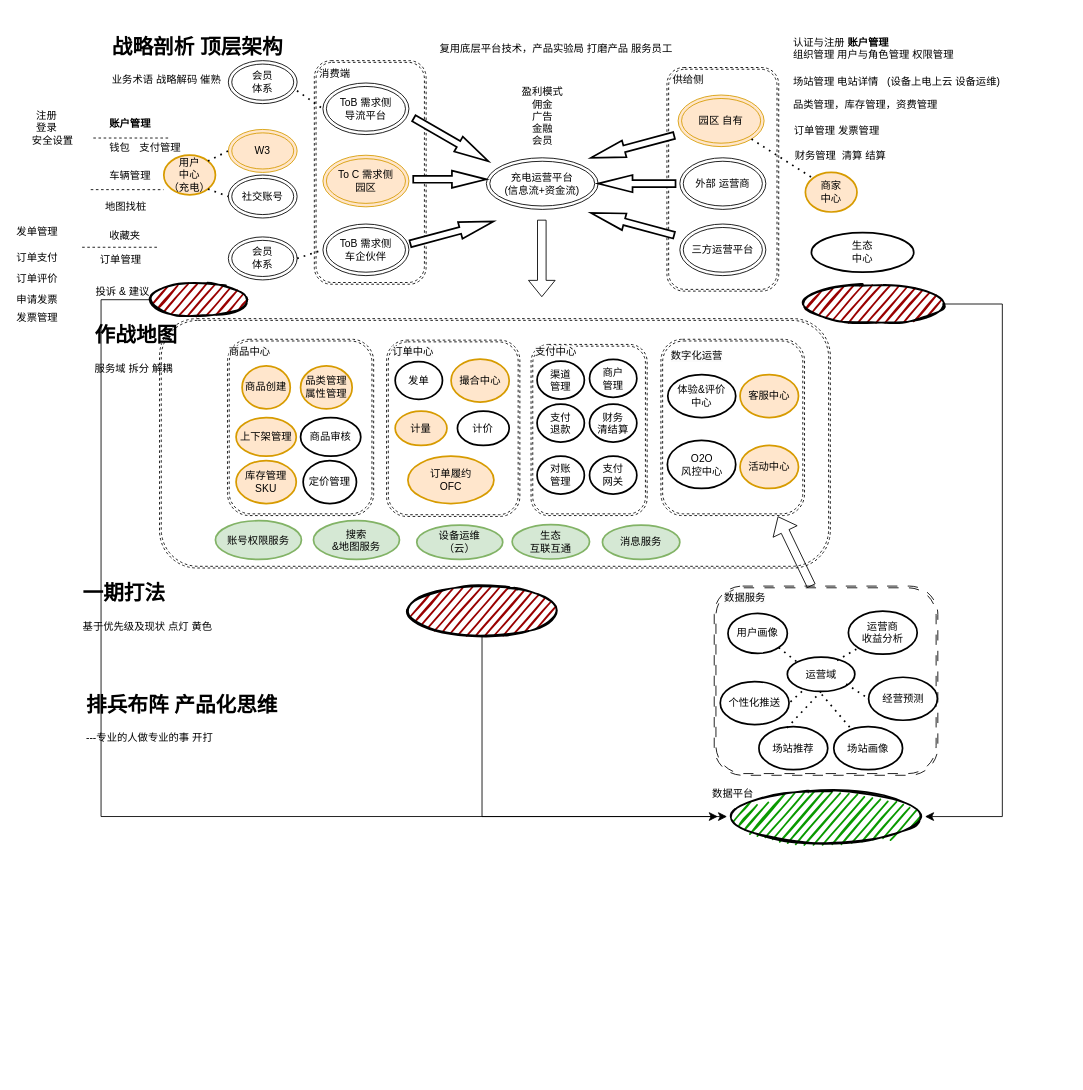
Before: page "第 2 页" (1 of 2) of OO.drawio in numenshane/draw.io, a draw.io diagram. Source tidied: cells renumbered, new cells numbered last; positions are measured from the earlier drawing's top-left corner, leaving out a move shared by most shapes. Both pictures are drawn from the tidied source at 86%, with x=0, y=0 at pixel (15, 14).
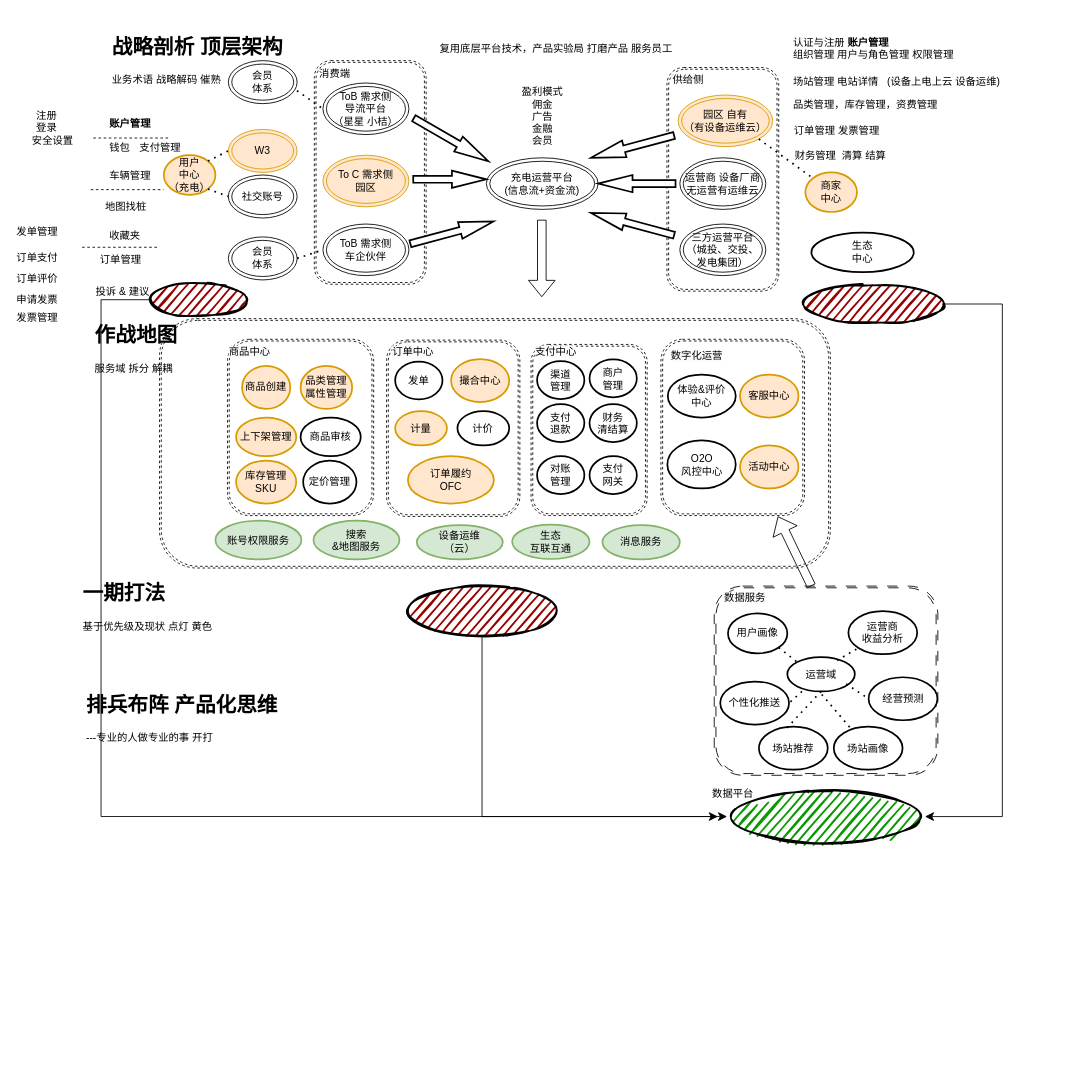
The same diagram, later.

Diff of the diagram source:
```diff
@@
-    <mxCell id="8" value="ToB 需求侧&lt;br&gt;导流平台" style="ellipse;shape=doubleEllipse;whiteSpace=wrap;html=1;" parent="1" vertex="1">
+    <mxCell id="8" value="ToB 需求侧&lt;br&gt;导流平台&lt;br&gt;（星星 小桔）" style="ellipse;shape=doubleEllipse;whiteSpace=wrap;html=1;" parent="1" vertex="1">
       <mxGeometry x="358" y="80" width="100" height="60" as="geometry" />
     </mxCell>
@@
-    <mxCell id="10" value="外部 运营商" style="ellipse;shape=doubleEllipse;whiteSpace=wrap;html=1;" parent="1" vertex="1">
+    <mxCell id="10" value="运营商 设备厂商&lt;br&gt;无运营有运维云" style="ellipse;shape=doubleEllipse;whiteSpace=wrap;html=1;" parent="1" vertex="1">
       <mxGeometry x="773" y="167" width="100" height="60" as="geometry" />
     </mxCell>
@@
-    <mxCell id="16" value="三方运营平台" style="ellipse;shape=doubleEllipse;whiteSpace=wrap;html=1;" parent="1" vertex="1">
+    <mxCell id="16" value="三方运营平台&lt;br&gt;（城投、交投、发电集团）" style="ellipse;shape=doubleEllipse;whiteSpace=wrap;html=1;" parent="1" vertex="1">
       <mxGeometry x="773" y="244" width="100" height="60" as="geometry" />
     </mxCell>
@@
-    <mxCell id="19" value="园区 自有" style="ellipse;shape=doubleEllipse;whiteSpace=wrap;html=1;fillColor=#ffe6cc;strokeColor=#d79b00;" parent="1" vertex="1">
-      <mxGeometry x="771" y="94" width="100" height="60" as="geometry" />
+    <mxCell id="19" value="园区 自有&lt;br&gt;（有设备运维云）" style="ellipse;shape=doubleEllipse;whiteSpace=wrap;html=1;fillColor=#ffe6cc;strokeColor=#d79b00;" parent="1" vertex="1">
+      <mxGeometry x="771" y="94" width="110" height="60" as="geometry" />
     </mxCell>
```
